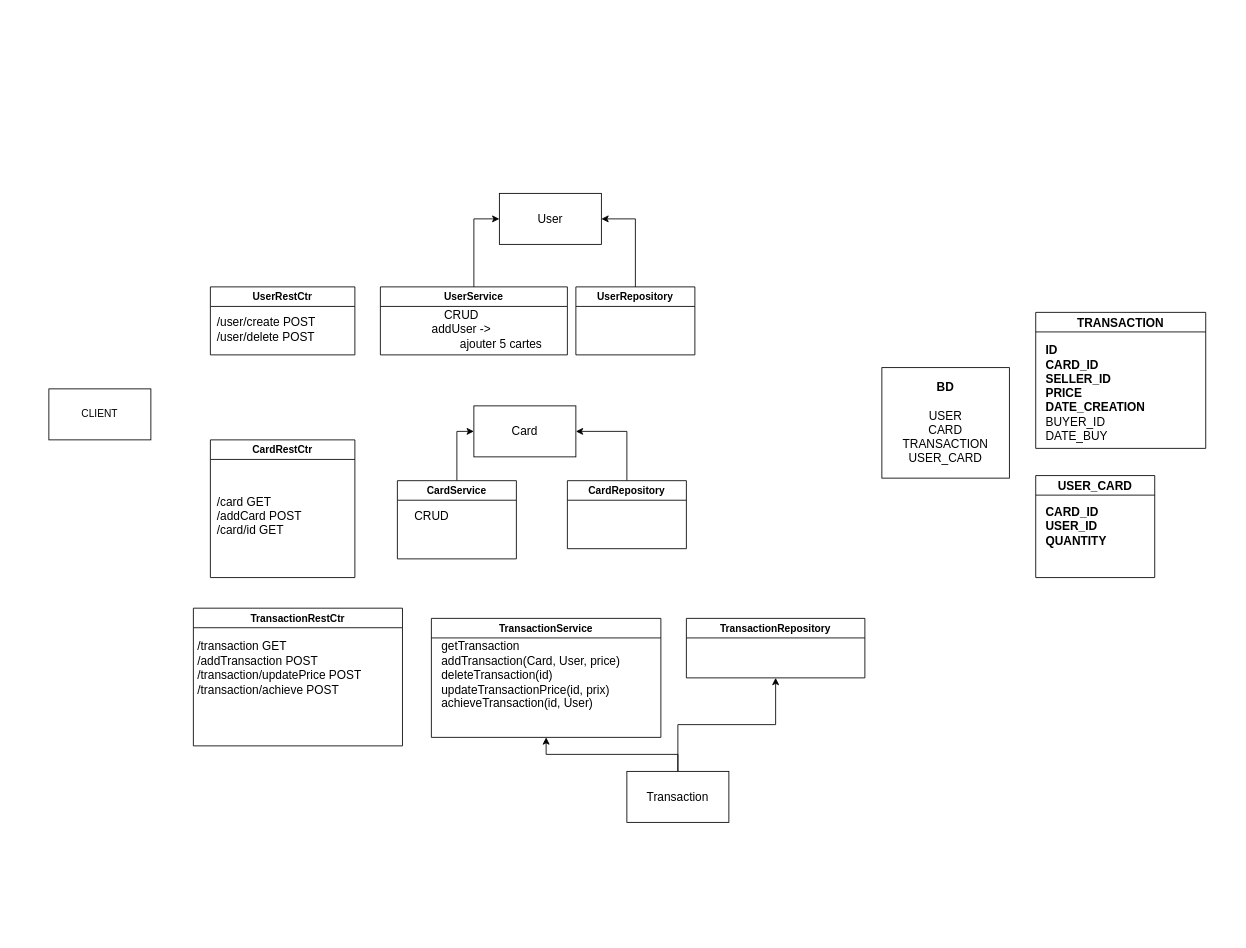
GOROVSKY/ASI_CPE keeps this draw.io diagram as Atelier2/atelier2.drawio. Above is the earlier version. Source tidied: cells renumbered, new cells numbered last; positions are measured from the earlier drawing's top-left corner, leaving out a move shared by most shapes. Both pictures are drawn from the tidied source at 85%, with x=0, y=0 at pixel (48, 193).
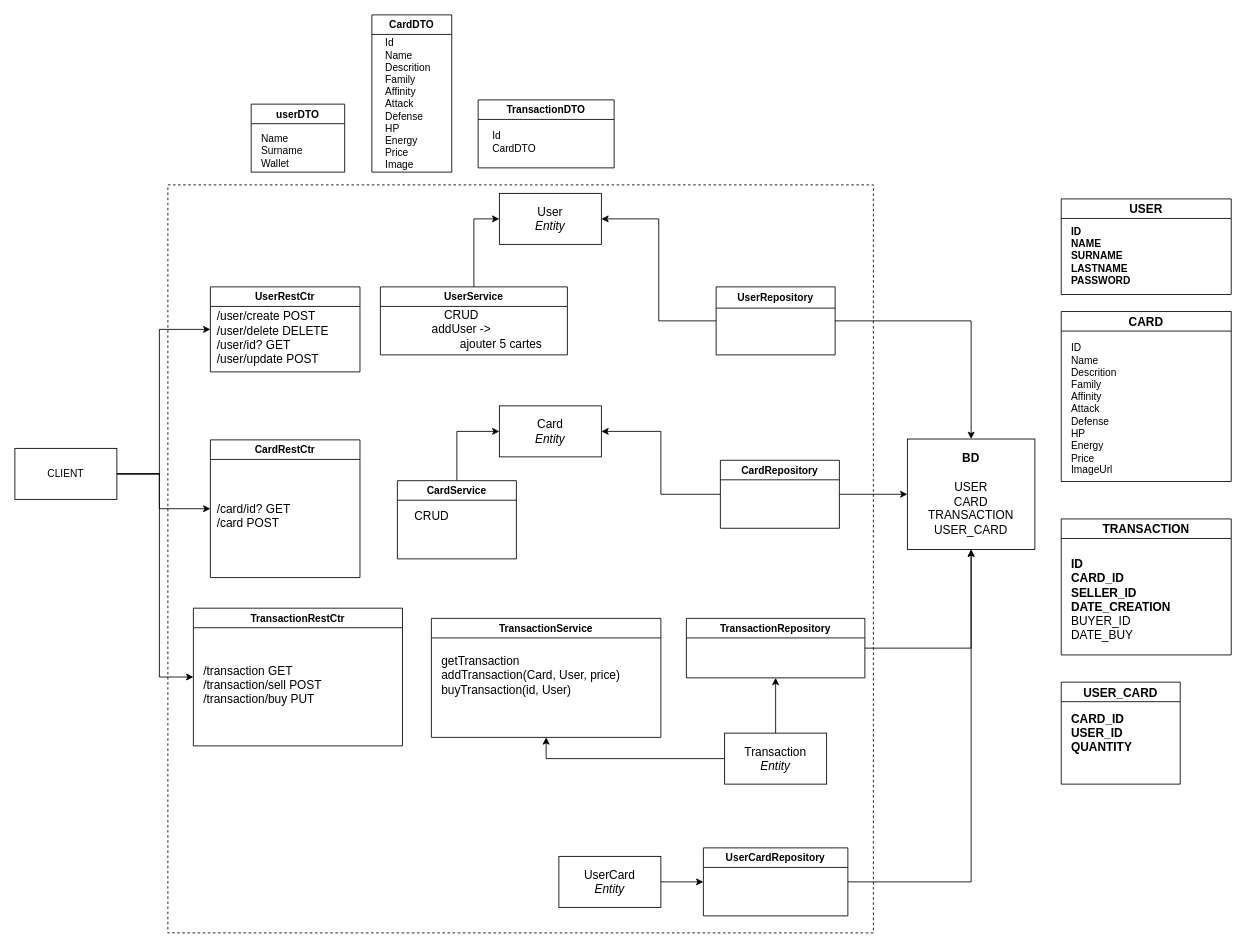
Above is the later version.

The change refers to these unchanged cells:
```xml
<mxCell id="20" value="TransactionService" style="swimlane;" parent="1" vertex="1">
  <mxGeometry x="450" y="500" width="270" height="140" as="geometry" />
</mxCell>
<mxCell id="26" value="TransactionRepository" style="swimlane;" parent="1" vertex="1">
  <mxGeometry x="750" y="500" width="210" height="70" as="geometry" />
</mxCell>
<mxCell id="27" value="TransactionRestCtr" style="swimlane;" parent="1" vertex="1">
  <mxGeometry x="170" y="488" width="246" height="162" as="geometry" />
</mxCell>
```

The edit, as a diff of the source:
```diff
@@
+    <mxCell id="32" style="rounded=0;whiteSpace=wrap;html=1;fillColor=none;dashed=1;" parent="1" vertex="1">
+      <mxGeometry x="140" y="-10" width="830" height="880" as="geometry" />
+    </mxCell>
+    <mxCell id="33" style="edgeStyle=orthogonalEdgeStyle;rounded=0;jettySize=auto;html=1;entryX=0;entryY=0.5;entryDx=0;entryDy=0;" parent="1" edge="1" source="2" target="3">
+      <mxGeometry relative="1" as="geometry">
+        <Array as="points">
+          <mxPoint x="130" y="330" />
+          <mxPoint x="130" y="160" />
+        </Array>
+      </mxGeometry>
+    </mxCell>
+    <mxCell id="34" style="edgeStyle=orthogonalEdgeStyle;rounded=0;jettySize=auto;html=1;" parent="1" edge="1" source="2" target="5">
+      <mxGeometry relative="1" as="geometry">
+        <Array as="points">
+          <mxPoint x="130" y="330" />
+          <mxPoint x="130" y="371" />
+        </Array>
+      </mxGeometry>
+    </mxCell>
+    <mxCell id="35" style="edgeStyle=orthogonalEdgeStyle;rounded=0;jettySize=auto;html=1;entryX=0;entryY=0.5;entryDx=0;entryDy=0;" parent="1" edge="1" source="2" target="27">
+      <mxGeometry relative="1" as="geometry">
+        <Array as="points">
+          <mxPoint x="130" y="330" />
+          <mxPoint x="130" y="569" />
+        </Array>
+      </mxGeometry>
+    </mxCell>
     <mxCell id="2" value="CLIENT" style="rounded=0;whiteSpace=wrap;html=1;" parent="1" vertex="1">
-      <mxGeometry y="230" width="120" height="60" as="geometry" />
+      <mxGeometry x="-40" y="300" width="120" height="60" as="geometry" />
     </mxCell>
     <mxCell id="3" value="UserRestCtr" style="swimlane;" parent="1" vertex="1">
-      <mxGeometry x="190" y="110" width="170" height="80" as="geometry" />
+      <mxGeometry x="190" y="110" width="176" height="100" as="geometry" />
     </mxCell>
-    <mxCell id="4" value="&lt;div align=&quot;left&quot;&gt;/user/create POST&lt;br&gt;&lt;/div&gt;&lt;div style=&quot;font-size: 14px&quot; align=&quot;left&quot;&gt;/user/delete POST&lt;br style=&quot;font-size: 14px&quot;&gt;&lt;/div&gt;" style="text;html=1;align=left;verticalAlign=middle;strokeColor=none;fillColor=none;fontSize=14;" parent="3" vertex="1">
-      <mxGeometry x="6" y="30" width="150" height="40" as="geometry" />
+    <mxCell id="4" value="&lt;div align=&quot;left&quot;&gt;/user/create POST&lt;br&gt;&lt;/div&gt;&lt;div style=&quot;font-size: 14px&quot; align=&quot;left&quot;&gt;/user/delete DELETE&lt;br style=&quot;font-size: 14px&quot;&gt;&lt;/div&gt;&lt;div&gt;/user/id? GET&lt;/div&gt;&lt;div&gt;/user/update POST&lt;br&gt;&lt;/div&gt;" style="text;html=1;align=left;verticalAlign=middle;strokeColor=none;fillColor=none;fontSize=14;" parent="3" vertex="1">
+      <mxGeometry x="6" y="25" width="170" height="70" as="geometry" />
     </mxCell>
     <mxCell id="5" value="CardRestCtr" style="swimlane;" parent="1" vertex="1">
-      <mxGeometry x="190" y="290" width="170" height="162" as="geometry" />
+      <mxGeometry x="190" y="290" width="176" height="162" as="geometry" />
     </mxCell>
-    <mxCell id="6" value="&lt;div align=&quot;left&quot;&gt;&lt;br&gt;&lt;/div&gt;&lt;div align=&quot;left&quot;&gt;/card GET&lt;/div&gt;&lt;div align=&quot;left&quot;&gt;/addCard POST&lt;br&gt;&lt;/div&gt;&lt;div align=&quot;left&quot;&gt;/card/id GET&lt;/div&gt;" style="text;html=1;align=left;verticalAlign=middle;strokeColor=none;fillColor=none;fontSize=14;" parent="5" vertex="1">
-      <mxGeometry x="6" y="46" width="130" height="70" as="geometry" />
+    <mxCell id="6" value="&lt;div align=&quot;left&quot;&gt;&lt;br&gt;&lt;/div&gt;&lt;div align=&quot;left&quot;&gt;/card/id? GET&lt;/div&gt;&lt;div align=&quot;left&quot;&gt;/card POST&lt;br&gt;&lt;/div&gt;" style="text;html=1;align=left;verticalAlign=middle;strokeColor=none;fillColor=none;fontSize=14;" parent="5" vertex="1">
+      <mxGeometry x="6" y="51" width="110" height="60" as="geometry" />
     </mxCell>
-    <mxCell id="7" value="User" style="rounded=0;whiteSpace=wrap;html=1;fontSize=14;fillColor=default;" parent="1" vertex="1">
+    <mxCell id="7" value="&lt;div&gt;User&lt;/div&gt;&lt;i&gt;Entity&lt;/i&gt;" style="rounded=0;whiteSpace=wrap;html=1;fontSize=14;fillColor=default;" parent="1" vertex="1">
       <mxGeometry x="530" width="120" height="60" as="geometry" />
     </mxCell>
@@
+    <mxCell id="36" style="edgeStyle=orthogonalEdgeStyle;rounded=0;jettySize=auto;html=1;" parent="1" edge="1" source="12" target="13">
+      <mxGeometry relative="1" as="geometry" />
+    </mxCell>
-    <mxCell id="12" value="UserRepository" style="swimlane;" parent="1" vertex="1">
-      <mxGeometry x="620" y="110" width="140" height="80" as="geometry" />
+    <mxCell id="12" value="UserRepository" style="swimlane;startSize=25;" parent="1" vertex="1">
+      <mxGeometry x="785" y="110" width="140" height="80" as="geometry" />
     </mxCell>
     <mxCell id="13" value="&lt;div&gt;&lt;b&gt;BD&lt;/b&gt;&lt;/div&gt;&lt;div&gt;&lt;br&gt;&lt;/div&gt;&lt;div&gt;USER&lt;/div&gt;&lt;div&gt;CARD&lt;/div&gt;&lt;div&gt;TRANSACTION&lt;br&gt;&lt;/div&gt;&lt;div&gt;USER_CARD&lt;br&gt;&lt;/div&gt;" style="rounded=0;whiteSpace=wrap;html=1;fontSize=14;fillColor=default;" parent="1" vertex="1">
-      <mxGeometry x="980" y="205" width="150" height="130" as="geometry" />
+      <mxGeometry x="1010" y="289" width="150" height="130" as="geometry" />
     </mxCell>
@@
+    <mxCell id="37" style="edgeStyle=orthogonalEdgeStyle;rounded=0;jettySize=auto;html=1;" parent="1" edge="1" source="18" target="13">
+      <mxGeometry relative="1" as="geometry" />
+    </mxCell>
     <mxCell id="18" value="CardRepository" style="swimlane;" parent="1" vertex="1">
-      <mxGeometry x="610" y="338" width="140" height="80" as="geometry" />
+      <mxGeometry x="790" y="314" width="140" height="80" as="geometry" />
     </mxCell>
-    <mxCell id="19" value="Card" style="rounded=0;whiteSpace=wrap;html=1;fontSize=14;fillColor=default;" parent="1" vertex="1">
-      <mxGeometry x="500" y="250" width="120" height="60" as="geometry" />
+    <mxCell id="19" value="&lt;div&gt;Card&lt;/div&gt;&lt;div&gt;&lt;i&gt;Entity&lt;/i&gt;&lt;br&gt;&lt;/div&gt;" style="rounded=0;whiteSpace=wrap;html=1;fontSize=14;fillColor=default;" parent="1" vertex="1">
+      <mxGeometry x="530" y="250" width="120" height="60" as="geometry" />
     </mxCell>
@@
-    <mxCell id="21" value="&lt;div align=&quot;left&quot;&gt;getTransaction&lt;br&gt;&lt;/div&gt;&lt;div align=&quot;left&quot;&gt;addTransaction(Card, User, price)&lt;/div&gt;&lt;div&gt;deleteTransaction(id)&lt;/div&gt;&lt;div&gt;updateTransactionPrice(id, prix)&lt;/div&gt;&lt;div&gt;achieveTransaction(id, User)&lt;br&gt;&lt;/div&gt;&lt;div&gt;&lt;br&gt;&lt;/div&gt;" style="text;html=1;align=left;verticalAlign=middle;strokeColor=none;fillColor=none;fontSize=14;" parent="20" vertex="1">
-      <mxGeometry x="10" y="20" width="260" height="110" as="geometry" />
+    <mxCell id="21" value="&lt;div align=&quot;left&quot;&gt;getTransaction&lt;br&gt;&lt;/div&gt;&lt;div align=&quot;left&quot;&gt;addTransaction(Card, User, price)&lt;/div&gt;&lt;div&gt;buyTransaction(id, User)&lt;br&gt;&lt;/div&gt;&lt;div&gt;&lt;br&gt;&lt;/div&gt;" style="text;html=1;align=left;verticalAlign=middle;strokeColor=none;fillColor=none;fontSize=14;" parent="20" vertex="1">
+      <mxGeometry x="10" y="40" width="260" height="70" as="geometry" />
     </mxCell>
     <mxCell id="22" value="TRANSACTION" style="swimlane;fontSize=14;fillColor=default;" parent="1" vertex="1">
-      <mxGeometry x="1161" y="140" width="200" height="160" as="geometry" />
+      <mxGeometry x="1191" y="383" width="200" height="160" as="geometry" />
     </mxCell>
-    <mxCell id="23" value="&lt;div align=&quot;left&quot;&gt;&lt;b&gt;ID&lt;/b&gt;&lt;/div&gt;&lt;div align=&quot;left&quot;&gt;&lt;b&gt;CARD_ID&lt;br&gt;&lt;/b&gt;&lt;/div&gt;&lt;div&gt;&lt;b&gt;SELLER_ID&lt;/b&gt;&lt;/div&gt;&lt;div&gt;&lt;b&gt;PRICE&lt;br&gt;&lt;/b&gt;&lt;/div&gt;&lt;div&gt;&lt;div&gt;&lt;b&gt;DATE_CREATION&lt;/b&gt;&lt;/div&gt;&lt;b&gt;&lt;/b&gt;&lt;/div&gt;&lt;div&gt;BUYER_ID&lt;/div&gt;&lt;div&gt;DATE_BUY&lt;br&gt;&lt;/div&gt;" style="text;html=1;align=left;verticalAlign=middle;strokeColor=none;fillColor=none;fontSize=14;" parent="22" vertex="1">
-      <mxGeometry x="10" y="30" width="150" height="130" as="geometry" />
+    <mxCell id="23" value="&lt;div align=&quot;left&quot;&gt;&lt;b&gt;ID&lt;/b&gt;&lt;/div&gt;&lt;div align=&quot;left&quot;&gt;&lt;b&gt;CARD_ID&lt;br&gt;&lt;/b&gt;&lt;/div&gt;&lt;div&gt;&lt;b&gt;SELLER_ID&lt;/b&gt;&lt;/div&gt;&lt;div&gt;&lt;div&gt;&lt;b&gt;DATE_CREATION&lt;/b&gt;&lt;/div&gt;&lt;b&gt;&lt;/b&gt;&lt;/div&gt;&lt;div&gt;BUYER_ID&lt;/div&gt;&lt;div&gt;DATE_BUY&lt;br&gt;&lt;/div&gt;" style="text;html=1;align=left;verticalAlign=middle;strokeColor=none;fillColor=none;fontSize=14;" parent="22" vertex="1">
+      <mxGeometry x="10" y="40" width="150" height="110" as="geometry" />
     </mxCell>
     <mxCell id="24" value="USER_CARD" style="swimlane;fontSize=14;fillColor=default;" parent="1" vertex="1">
-      <mxGeometry x="1161" y="332" width="140" height="120" as="geometry" />
+      <mxGeometry x="1191" y="575" width="140" height="120" as="geometry" />
     </mxCell>
@@
+    <mxCell id="38" style="edgeStyle=orthogonalEdgeStyle;rounded=0;jettySize=auto;html=1;" parent="1" edge="1" source="26" target="13">
+      <mxGeometry relative="1" as="geometry" />
+    </mxCell>
@@
-    <mxCell id="28" value="&lt;div&gt;&lt;br&gt;&lt;div&gt;/transaction GET&lt;/div&gt;&lt;/div&gt;&lt;div&gt;/addTransaction POST&lt;/div&gt;&lt;div&gt;/transaction/updatePrice POST&lt;/div&gt;&lt;div&gt;/transaction/achieve POST&lt;br&gt;&lt;/div&gt;" style="text;html=1;align=left;verticalAlign=middle;strokeColor=none;fillColor=none;fontSize=14;" parent="27" vertex="1">
-      <mxGeometry x="3" y="17" width="240" height="90" as="geometry" />
+    <mxCell id="28" value="&lt;div&gt;&lt;br&gt;&lt;div&gt;/transaction GET&lt;/div&gt;&lt;/div&gt;&lt;div&gt;/transaction/sell POST&lt;/div&gt;&lt;div&gt;/transaction/buy PUT&lt;/div&gt;" style="text;html=1;align=left;verticalAlign=middle;strokeColor=none;fillColor=none;fontSize=14;" parent="27" vertex="1">
+      <mxGeometry x="10" y="47" width="170" height="70" as="geometry" />
     </mxCell>
@@
-    <mxCell id="31" value="Transaction" style="rounded=0;whiteSpace=wrap;html=1;fontSize=14;fillColor=default;" parent="1" vertex="1">
-      <mxGeometry x="680" y="680" width="120" height="60" as="geometry" />
+    <mxCell id="31" value="&lt;div&gt;Transaction&lt;/div&gt;&lt;div&gt;&lt;i&gt;Entity&lt;/i&gt;&lt;br&gt;&lt;/div&gt;" style="rounded=0;whiteSpace=wrap;html=1;fontSize=14;fillColor=default;" parent="1" vertex="1">
+      <mxGeometry x="795" y="635" width="120" height="60" as="geometry" />
     </mxCell>
+    <mxCell id="39" value="CARD" style="swimlane;fontSize=14;fillColor=default;" parent="1" vertex="1">
+      <mxGeometry x="1191" y="139" width="200" height="200" as="geometry" />
+    </mxCell>
+    <mxCell id="40" value="&lt;div&gt;ID&lt;/div&gt;&lt;div&gt;Name&lt;br&gt;&lt;/div&gt;&lt;div&gt;Descrition&lt;/div&gt;&lt;div&gt;Family&lt;/div&gt;&lt;div&gt;Affinity&lt;/div&gt;&lt;div&gt;Attack&lt;/div&gt;&lt;div&gt;Defense&lt;/div&gt;&lt;div&gt;HP&lt;/div&gt;&lt;div&gt;Energy&lt;/div&gt;&lt;div&gt;Price&lt;br&gt;&lt;/div&gt;&lt;div&gt;ImageUrl&lt;/div&gt;" style="text;html=1;align=left;verticalAlign=middle;strokeColor=none;fillColor=none;" parent="39" vertex="1">
+      <mxGeometry x="10" y="35" width="80" height="160" as="geometry" />
+    </mxCell>
+    <mxCell id="41" value="USER" style="swimlane;fontSize=14;fillColor=default;" parent="1" vertex="1">
+      <mxGeometry x="1191" y="6.5" width="200" height="112.5" as="geometry" />
+    </mxCell>
+    <mxCell id="42" value="&lt;div&gt;&lt;b&gt;ID&lt;/b&gt;&lt;/div&gt;&lt;div&gt;&lt;b&gt;NAME&lt;/b&gt;&lt;/div&gt;&lt;div&gt;&lt;b&gt;SURNAME&lt;/b&gt;&lt;/div&gt;&lt;div&gt;&lt;b&gt;LASTNAME&lt;/b&gt;&lt;/div&gt;&lt;div&gt;&lt;b&gt;PASSWORD&lt;/b&gt;&lt;br&gt;&lt;/div&gt;" style="text;html=1;align=left;verticalAlign=middle;strokeColor=none;fillColor=none;" parent="41" vertex="1">
+      <mxGeometry x="10" y="27.5" width="90" height="80" as="geometry" />
+    </mxCell>
+    <mxCell id="43" style="edgeStyle=orthogonalEdgeStyle;rounded=0;jettySize=auto;html=1;" parent="1" edge="1" source="44" target="13">
+      <mxGeometry relative="1" as="geometry" />
+    </mxCell>
+    <mxCell id="44" value="UserCardRepository" style="swimlane;" parent="1" vertex="1">
+      <mxGeometry x="770" y="770" width="170" height="80" as="geometry" />
+    </mxCell>
+    <mxCell id="45" value="userDTO" style="swimlane;fillColor=none;" parent="1" vertex="1">
+      <mxGeometry x="238" y="-105" width="110" height="80" as="geometry" />
+    </mxCell>
+    <mxCell id="46" value="&lt;div align=&quot;left&quot;&gt;Name&lt;/div&gt;&lt;div align=&quot;left&quot;&gt;Surname&lt;br&gt;&lt;/div&gt;&lt;div align=&quot;left&quot;&gt;Wallet&lt;br&gt;&lt;/div&gt;" style="text;html=1;align=left;verticalAlign=middle;strokeColor=none;fillColor=none;" parent="45" vertex="1">
+      <mxGeometry x="10" y="30" width="70" height="50" as="geometry" />
+    </mxCell>
+    <mxCell id="47" value="CardDTO" style="swimlane;fillColor=none;" parent="1" vertex="1">
+      <mxGeometry x="380" y="-210" width="94" height="185" as="geometry" />
+    </mxCell>
+    <mxCell id="48" value="&lt;div&gt;Id&lt;/div&gt;&lt;div&gt;Name&lt;br&gt;&lt;/div&gt;&lt;div&gt;Descrition&lt;/div&gt;&lt;div&gt;Family&lt;/div&gt;&lt;div&gt;Affinity&lt;/div&gt;&lt;div&gt;Attack&lt;/div&gt;&lt;div&gt;Defense&lt;/div&gt;&lt;div&gt;HP&lt;/div&gt;&lt;div&gt;Energy&lt;/div&gt;&lt;div&gt;Price&lt;br&gt;&lt;/div&gt;&lt;div&gt;Image&lt;/div&gt;" style="text;html=1;align=left;verticalAlign=middle;strokeColor=none;fillColor=none;" parent="47" vertex="1">
+      <mxGeometry x="14" y="25" width="80" height="160" as="geometry" />
+    </mxCell>
+    <mxCell id="49" value="TransactionDTO" style="swimlane;fillColor=none;" parent="1" vertex="1">
+      <mxGeometry x="505" y="-110" width="160" height="80" as="geometry" />
+    </mxCell>
+    <mxCell id="50" value="&lt;div&gt;Id&lt;/div&gt;&lt;div&gt;CardDTO&lt;br&gt;&lt;/div&gt;" style="text;html=1;align=left;verticalAlign=middle;strokeColor=none;fillColor=none;" parent="49" vertex="1">
+      <mxGeometry x="15" y="35" width="70" height="30" as="geometry" />
+    </mxCell>
+    <mxCell id="51" style="edgeStyle=orthogonalEdgeStyle;rounded=0;jettySize=auto;html=1;entryX=0;entryY=0.5;entryDx=0;entryDy=0;" parent="1" edge="1" source="52" target="44">
+      <mxGeometry relative="1" as="geometry" />
+    </mxCell>
+    <mxCell id="52" value="UserCard&lt;div&gt;&lt;i&gt;Entity&lt;/i&gt;&lt;br&gt;&lt;/div&gt;" style="rounded=0;whiteSpace=wrap;html=1;fontSize=14;fillColor=default;" parent="1" vertex="1">
+      <mxGeometry x="600" y="780" width="120" height="60" as="geometry" />
+    </mxCell>
```
